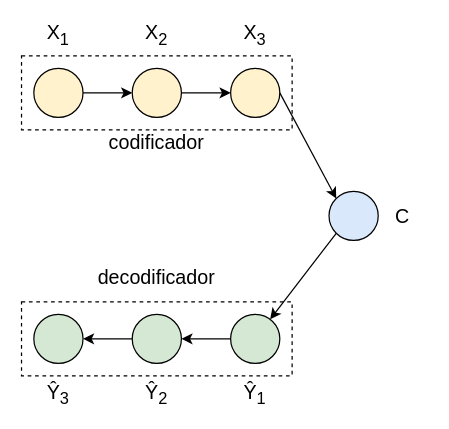
Earlier version of the draw.io diagram resources/encoder_decoder.drawio (brenoarosa/thesis). Source tidied: cells renumbered, new cells numbered last; positions are measured from the earlier drawing's top-left corner, leaving out a move shared by most shapes. Both pictures are drawn from the tidied source at 123%, with x=0, y=0 at pixel (21, 22).
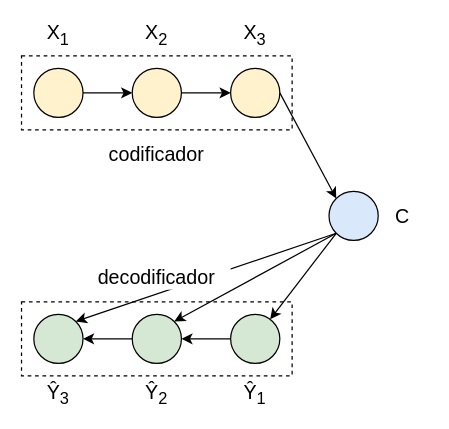
Above is the later version.

Commit message (it also covers changes not shown here):
Fixes encoder decoder image

Unchanged cells that the change refers to:
```xml
<mxCell id="5" style="ellipse;whiteSpace=wrap;html=1;fillColor=#dae8fc;strokeColor=#000000;" parent="1" vertex="1">
  <mxGeometry x="250" y="137" width="40" height="40" as="geometry" />
</mxCell>
<mxCell id="6" style="ellipse;whiteSpace=wrap;html=1;fillColor=#d5e8d4;strokeColor=#000000;" parent="1" vertex="1">
  <mxGeometry x="10" y="237" width="40" height="40" as="geometry" />
</mxCell>
<mxCell id="7" style="ellipse;whiteSpace=wrap;html=1;fillColor=#d5e8d4;strokeColor=#000000;" parent="1" vertex="1">
  <mxGeometry x="90" y="237" width="40" height="40" as="geometry" />
</mxCell>
```

What changed in the source:
```diff
@@
-    <mxCell id="23" value="&lt;font style=&quot;font-size: 16px&quot;&gt;decodificador&lt;/font&gt;" style="text;html=1;strokeColor=none;fillColor=none;align=center;verticalAlign=middle;whiteSpace=wrap;rounded=0;dashed=1;" parent="1" vertex="1">
-      <mxGeometry x="50" y="197" width="120" height="20" as="geometry" />
-    </mxCell>
     <mxCell id="24" value="&lt;font style=&quot;font-size: 16px&quot;&gt;codificador&lt;/font&gt;" style="text;html=1;strokeColor=none;fillColor=none;align=center;verticalAlign=middle;whiteSpace=wrap;rounded=0;dashed=1;" parent="1" vertex="1">
-      <mxGeometry x="50" y="87" width="120" height="20" as="geometry" />
+      <mxGeometry x="50" y="97" width="120" height="20" as="geometry" />
     </mxCell>
@@
+    <mxCell id="26" style="endArrow=classic;html=1;exitX=0;exitY=1;exitDx=0;exitDy=0;entryX=1;entryY=0;entryDx=0;entryDy=0;" parent="1" edge="1" source="5" target="7">
+      <mxGeometry relative="1" as="geometry" />
+    </mxCell>
+    <mxCell id="27" style="endArrow=classic;html=1;exitX=0;exitY=1;exitDx=0;exitDy=0;entryX=1;entryY=0;entryDx=0;entryDy=0;" parent="1" edge="1" source="5" target="6">
+      <mxGeometry relative="1" as="geometry" />
+    </mxCell>
+    <mxCell id="23" value="&lt;font style=&quot;font-size: 16px&quot;&gt;decodificador&lt;/font&gt;" style="text;html=1;strokeColor=none;fillColor=#FFFFFF;align=center;verticalAlign=middle;whiteSpace=wrap;rounded=0;dashed=1;backgroundOutline=0;gradientColor=none;" parent="1" vertex="1">
+      <mxGeometry x="50" y="197" width="120" height="20" as="geometry" />
+    </mxCell>
```
